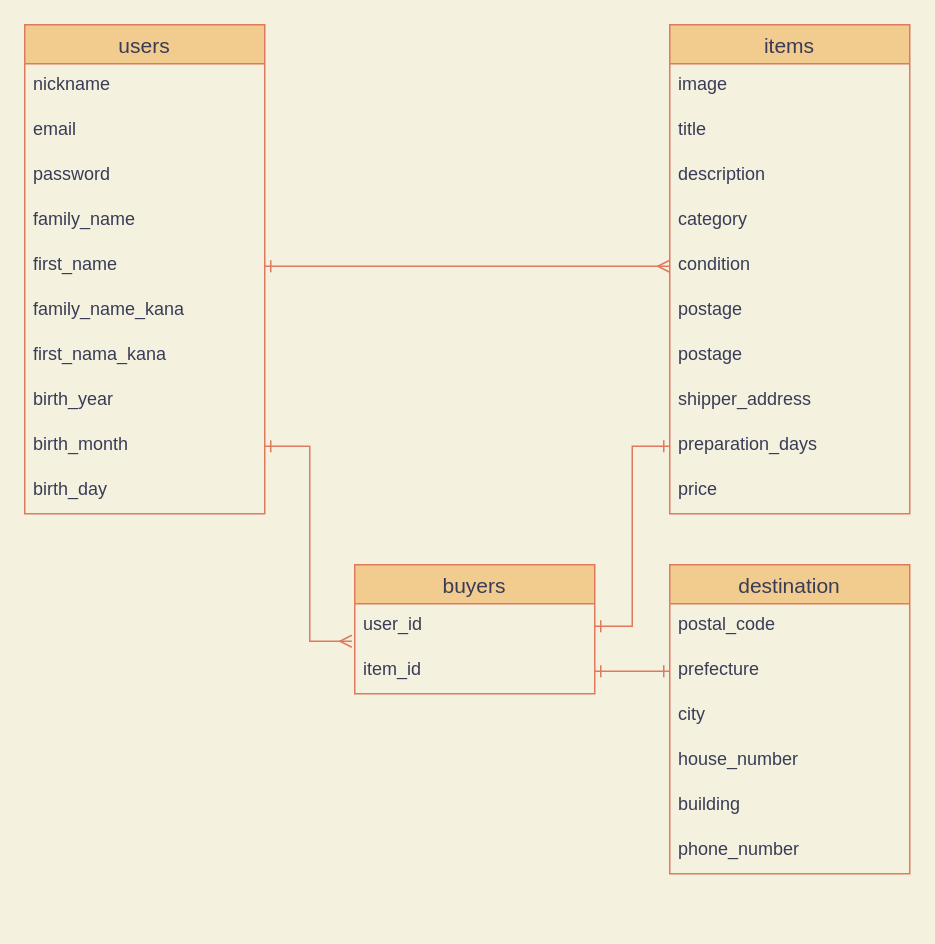
The draw.io diagram ERdiagram.dio in supplepom/furima-32578, before the edit. Source tidied: cells renumbered, new cells numbered last; positions are measured from the earlier drawing's top-left corner, leaving out a move shared by most shapes. Both pictures are drawn from the tidied source at 150%, with x=0, y=0 at pixel (24, 24).
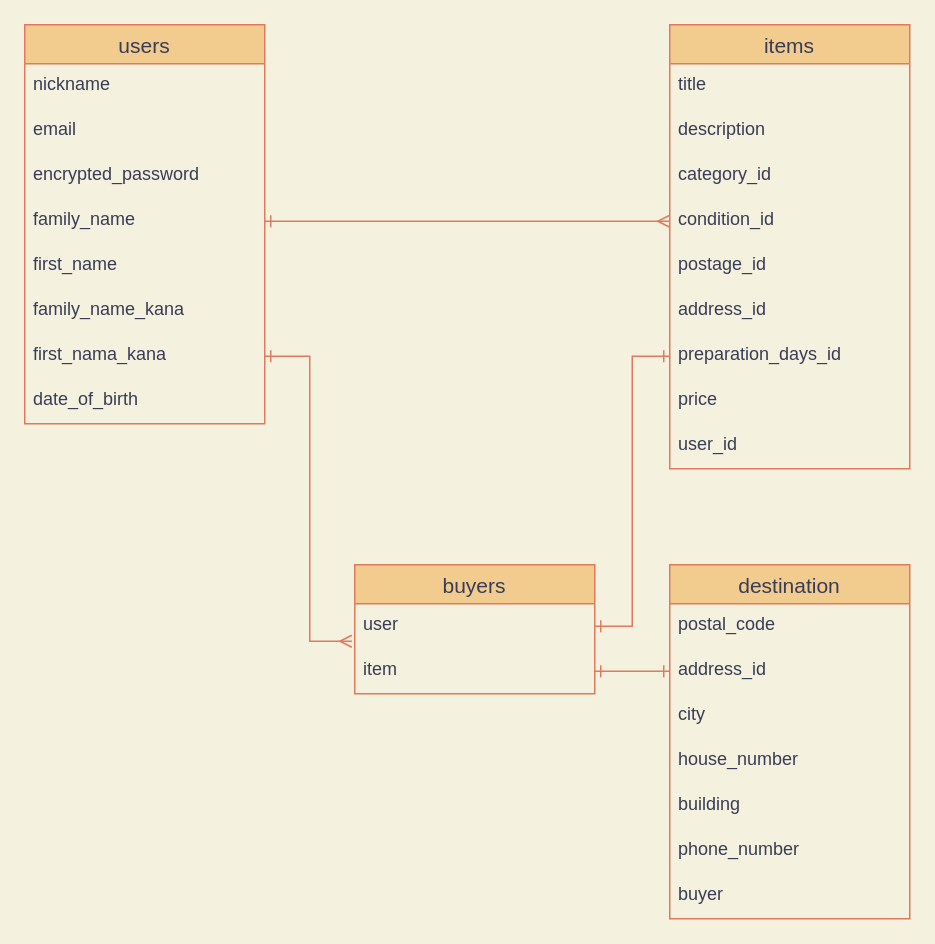
The same page after the edit.

Unchanged cells that the change refers to:
```xml
<mxCell id="7" value="first_name" style="text;strokeColor=none;fillColor=none;spacingLeft=4;spacingRight=4;overflow=hidden;points=[[0,0.5],[1,0.5]];portConstraint=eastwest;fontSize=12;fontColor=#393C56;" parent="2" vertex="1">
  <mxGeometry y="146" width="160" height="30" as="geometry" />
</mxCell>
<mxCell id="9" value="first_nama_kana" style="text;strokeColor=none;fillColor=none;spacingLeft=4;spacingRight=4;overflow=hidden;points=[[0,0.5],[1,0.5]];portConstraint=eastwest;fontSize=12;fontColor=#393C56;" parent="2" vertex="1">
  <mxGeometry y="206" width="160" height="30" as="geometry" />
</mxCell>
<mxCell id="13" value="buyers" style="swimlane;fontStyle=0;horizontal=1;startSize=26;align=center;fontSize=14;fillColor=#F2CC8F;strokeColor=#E07A5F;fontColor=#393C56;" parent="1" vertex="1">
  <mxGeometry x="220" y="360" width="160" height="86" as="geometry" />
</mxCell>
```

The edit, as a diff of the source:
```diff
@@
     <mxCell id="2" value="users" style="swimlane;fontStyle=0;horizontal=1;startSize=26;align=center;fontSize=14;fillColor=#F2CC8F;strokeColor=#E07A5F;fontColor=#393C56;" parent="1" vertex="1">
-      <mxGeometry width="160" height="326" as="geometry" />
+      <mxGeometry width="160" height="266" as="geometry" />
     </mxCell>
@@
-    <mxCell id="5" value="password" style="text;strokeColor=none;fillColor=none;spacingLeft=4;spacingRight=4;overflow=hidden;fontSize=12;fontColor=#393C56;" parent="2" vertex="1">
-      <mxGeometry y="86" width="160" height="30" as="geometry" />
-    </mxCell>
+    <mxCell id="38" value="encrypted_password" style="text;strokeColor=none;fillColor=none;spacingLeft=4;spacingRight=4;overflow=hidden;fontSize=12;fontColor=#393C56;" parent="2" vertex="1">
+      <mxGeometry y="86" width="160" height="30" as="geometry" />
+    </mxCell>
@@
-    <mxCell id="10" value="birth_year" style="text;strokeColor=none;fillColor=none;spacingLeft=4;spacingRight=4;overflow=hidden;fontSize=12;fontColor=#393C56;" parent="2" vertex="1">
+    <mxCell id="10" value="date_of_birth" style="text;strokeColor=none;fillColor=none;spacingLeft=4;spacingRight=4;overflow=hidden;fontSize=12;fontColor=#393C56;" parent="2" vertex="1">
       <mxGeometry y="236" width="160" height="30" as="geometry" />
     </mxCell>
-    <mxCell id="11" value="birth_month" style="text;strokeColor=none;fillColor=none;spacingLeft=4;spacingRight=4;overflow=hidden;points=[[0,0.5],[1,0.5]];portConstraint=eastwest;fontSize=12;fontColor=#393C56;" parent="2" vertex="1">
-      <mxGeometry y="266" width="160" height="30" as="geometry" />
-    </mxCell>
-    <mxCell id="12" value="birth_day" style="text;strokeColor=none;fillColor=none;spacingLeft=4;spacingRight=4;overflow=hidden;fontSize=12;fontColor=#393C56;" parent="2" vertex="1">
-      <mxGeometry y="296" width="160" height="30" as="geometry" />
-    </mxCell>
@@
-    <mxCell id="14" value="user_id" style="text;strokeColor=none;fillColor=none;spacingLeft=4;spacingRight=4;overflow=hidden;points=[[0,0.5],[1,0.5]];portConstraint=eastwest;fontSize=12;fontColor=#393C56;" parent="13" vertex="1">
+    <mxCell id="14" value="user" style="text;strokeColor=none;fillColor=none;spacingLeft=4;spacingRight=4;overflow=hidden;points=[[0,0.5],[1,0.5]];portConstraint=eastwest;fontSize=12;fontColor=#393C56;" parent="13" vertex="1">
       <mxGeometry y="26" width="160" height="30" as="geometry" />
     </mxCell>
-    <mxCell id="15" value="item_id" style="text;strokeColor=none;fillColor=none;spacingLeft=4;spacingRight=4;overflow=hidden;points=[[0,0.5],[1,0.5]];portConstraint=eastwest;fontSize=12;fontColor=#393C56;" parent="13" vertex="1">
+    <mxCell id="15" value="item" style="text;strokeColor=none;fillColor=none;spacingLeft=4;spacingRight=4;overflow=hidden;points=[[0,0.5],[1,0.5]];portConstraint=eastwest;fontSize=12;fontColor=#393C56;" parent="13" vertex="1">
       <mxGeometry y="56" width="160" height="30" as="geometry" />
     </mxCell>
     <mxCell id="16" value="destination" style="swimlane;fontStyle=0;horizontal=1;startSize=26;align=center;fontSize=14;fillColor=#F2CC8F;strokeColor=#E07A5F;fontColor=#393C56;" parent="1" vertex="1">
-      <mxGeometry x="430" y="360" width="160" height="206" as="geometry" />
+      <mxGeometry x="430" y="360" width="160" height="236" as="geometry" />
     </mxCell>
@@
-    <mxCell id="18" value="prefecture" style="text;strokeColor=none;fillColor=none;spacingLeft=4;spacingRight=4;overflow=hidden;points=[[0,0.5],[1,0.5]];portConstraint=eastwest;fontSize=12;fontColor=#393C56;" parent="16" vertex="1">
+    <mxCell id="18" value="address_id" style="text;strokeColor=none;fillColor=none;spacingLeft=4;spacingRight=4;overflow=hidden;points=[[0,0.5],[1,0.5]];portConstraint=eastwest;fontSize=12;fontColor=#393C56;" parent="16" vertex="1">
       <mxGeometry y="56" width="160" height="30" as="geometry" />
     </mxCell>
@@
+    <mxCell id="39" value="buyer" style="text;strokeColor=none;fillColor=none;spacingLeft=4;spacingRight=4;overflow=hidden;fontSize=12;fontColor=#393C56;" parent="16" vertex="1">
+      <mxGeometry y="206" width="160" height="30" as="geometry" />
+    </mxCell>
     <mxCell id="23" value="items" style="swimlane;fontStyle=0;horizontal=1;startSize=26;align=center;fontSize=14;fillColor=#F2CC8F;strokeColor=#E07A5F;fontColor=#393C56;" parent="1" vertex="1">
-      <mxGeometry x="430" width="160" height="326" as="geometry" />
+      <mxGeometry x="430" width="160" height="296" as="geometry" />
     </mxCell>
-    <mxCell id="24" value="image" style="text;strokeColor=none;fillColor=none;spacingLeft=4;spacingRight=4;overflow=hidden;fontSize=12;fontColor=#393C56;" parent="23" vertex="1">
-      <mxGeometry y="26" width="160" height="30" as="geometry" />
-    </mxCell>
     <mxCell id="25" value="title" style="text;strokeColor=none;fillColor=none;spacingLeft=4;spacingRight=4;overflow=hidden;fontSize=12;fontColor=#393C56;" parent="23" vertex="1">
-      <mxGeometry y="56" width="160" height="30" as="geometry" />
+      <mxGeometry y="26" width="160" height="30" as="geometry" />
     </mxCell>
     <mxCell id="26" value="description" style="text;strokeColor=none;fillColor=none;spacingLeft=4;spacingRight=4;overflow=hidden;fontSize=12;fontColor=#393C56;" parent="23" vertex="1">
-      <mxGeometry y="86" width="160" height="30" as="geometry" />
+      <mxGeometry y="56" width="160" height="30" as="geometry" />
     </mxCell>
-    <mxCell id="27" value="category" style="text;strokeColor=none;fillColor=none;spacingLeft=4;spacingRight=4;overflow=hidden;fontSize=12;fontColor=#393C56;" parent="23" vertex="1">
-      <mxGeometry y="116" width="160" height="30" as="geometry" />
+    <mxCell id="27" value="category_id" style="text;strokeColor=none;fillColor=none;spacingLeft=4;spacingRight=4;overflow=hidden;fontSize=12;fontColor=#393C56;" parent="23" vertex="1">
+      <mxGeometry y="86" width="160" height="30" as="geometry" />
     </mxCell>
-    <mxCell id="28" value="condition" style="text;strokeColor=none;fillColor=none;spacingLeft=4;spacingRight=4;overflow=hidden;points=[[0,0.5],[1,0.5]];portConstraint=eastwest;fontSize=12;fontColor=#393C56;" parent="23" vertex="1">
-      <mxGeometry y="146" width="160" height="30" as="geometry" />
+    <mxCell id="28" value="condition_id" style="text;strokeColor=none;fillColor=none;spacingLeft=4;spacingRight=4;overflow=hidden;points=[[0,0.5],[1,0.5]];portConstraint=eastwest;fontSize=12;fontColor=#393C56;" parent="23" vertex="1">
+      <mxGeometry y="116" width="160" height="30" as="geometry" />
     </mxCell>
-    <mxCell id="29" value="postage" style="text;strokeColor=none;fillColor=none;spacingLeft=4;spacingRight=4;overflow=hidden;fontSize=12;fontColor=#393C56;" parent="23" vertex="1">
-      <mxGeometry y="176" width="160" height="30" as="geometry" />
+    <mxCell id="29" value="postage_id" style="text;strokeColor=none;fillColor=none;spacingLeft=4;spacingRight=4;overflow=hidden;fontSize=12;fontColor=#393C56;" parent="23" vertex="1">
+      <mxGeometry y="146" width="160" height="30" as="geometry" />
     </mxCell>
-    <mxCell id="30" value="postage" style="text;strokeColor=none;fillColor=none;spacingLeft=4;spacingRight=4;overflow=hidden;fontSize=12;fontColor=#393C56;" parent="23" vertex="1">
-      <mxGeometry y="206" width="160" height="30" as="geometry" />
-    </mxCell>
-    <mxCell id="31" value="shipper_address" style="text;strokeColor=none;fillColor=none;spacingLeft=4;spacingRight=4;overflow=hidden;fontSize=12;fontColor=#393C56;" parent="23" vertex="1">
-      <mxGeometry y="236" width="160" height="30" as="geometry" />
+    <mxCell id="31" value="address_id" style="text;strokeColor=none;fillColor=none;spacingLeft=4;spacingRight=4;overflow=hidden;fontSize=12;fontColor=#393C56;" parent="23" vertex="1">
+      <mxGeometry y="176" width="160" height="30" as="geometry" />
     </mxCell>
-    <mxCell id="32" value="preparation_days" style="text;strokeColor=none;fillColor=none;spacingLeft=4;spacingRight=4;overflow=hidden;points=[[0,0.5],[1,0.5]];portConstraint=eastwest;fontSize=12;fontColor=#393C56;" parent="23" vertex="1">
-      <mxGeometry y="266" width="160" height="30" as="geometry" />
+    <mxCell id="32" value="preparation_days_id" style="text;strokeColor=none;fillColor=none;spacingLeft=4;spacingRight=4;overflow=hidden;points=[[0,0.5],[1,0.5]];portConstraint=eastwest;fontSize=12;fontColor=#393C56;" parent="23" vertex="1">
+      <mxGeometry y="206" width="160" height="30" as="geometry" />
     </mxCell>
     <mxCell id="33" value="price" style="text;strokeColor=none;fillColor=none;spacingLeft=4;spacingRight=4;overflow=hidden;fontSize=12;fontColor=#393C56;" parent="23" vertex="1">
-      <mxGeometry y="296" width="160" height="30" as="geometry" />
+      <mxGeometry y="236" width="160" height="30" as="geometry" />
     </mxCell>
+    <mxCell id="40" value="user_id" style="text;strokeColor=none;fillColor=none;spacingLeft=4;spacingRight=4;overflow=hidden;fontSize=12;fontColor=#393C56;" parent="23" vertex="1">
+      <mxGeometry y="266" width="160" height="30" as="geometry" />
+    </mxCell>
-    <mxCell id="34" style="edgeStyle=orthogonalEdgeStyle;rounded=0;jettySize=auto;html=1;exitX=1;exitY=0.5;exitDx=0;exitDy=0;entryX=0;entryY=0.5;entryDx=0;entryDy=0;endArrow=ERmany;endFill=0;startArrow=ERone;startFill=0;labelBackgroundColor=#F4F1DE;strokeColor=#E07A5F;fontColor=#393C56;" parent="1" edge="1" source="7" target="28">
-      <mxGeometry relative="1" as="geometry" />
+    <mxCell id="34" style="edgeStyle=orthogonalEdgeStyle;rounded=0;jettySize=auto;html=1;entryX=0;entryY=0.5;entryDx=0;entryDy=0;endArrow=ERmany;endFill=0;startArrow=ERone;startFill=0;labelBackgroundColor=#F4F1DE;strokeColor=#E07A5F;fontColor=#393C56;" parent="1" edge="1" target="28">
+      <mxGeometry relative="1" as="geometry">
+        <mxPoint x="160" y="131" as="sourcePoint" />
+        <Array as="points">
+          <mxPoint x="160" y="131" />
+        </Array>
+      </mxGeometry>
     </mxCell>
@@
-    <mxCell id="36" style="edgeStyle=orthogonalEdgeStyle;rounded=0;jettySize=auto;html=1;exitX=1;exitY=0.5;exitDx=0;exitDy=0;entryX=-0.012;entryY=0.833;entryDx=0;entryDy=0;entryPerimeter=0;startArrow=ERone;startFill=0;endArrow=ERmany;endFill=0;strokeColor=#E07A5F;labelBackgroundColor=#F4F1DE;fontColor=#393C56;" parent="1" edge="1" source="11" target="14">
+    <mxCell id="36" style="edgeStyle=orthogonalEdgeStyle;rounded=0;jettySize=auto;html=1;exitX=1;exitY=0.5;exitDx=0;exitDy=0;entryX=-0.012;entryY=0.833;entryDx=0;entryDy=0;entryPerimeter=0;startArrow=ERone;startFill=0;endArrow=ERmany;endFill=0;strokeColor=#E07A5F;labelBackgroundColor=#F4F1DE;fontColor=#393C56;" parent="1" edge="1" source="9" target="14">
       <mxGeometry relative="1" as="geometry" />
     </mxCell>
```
